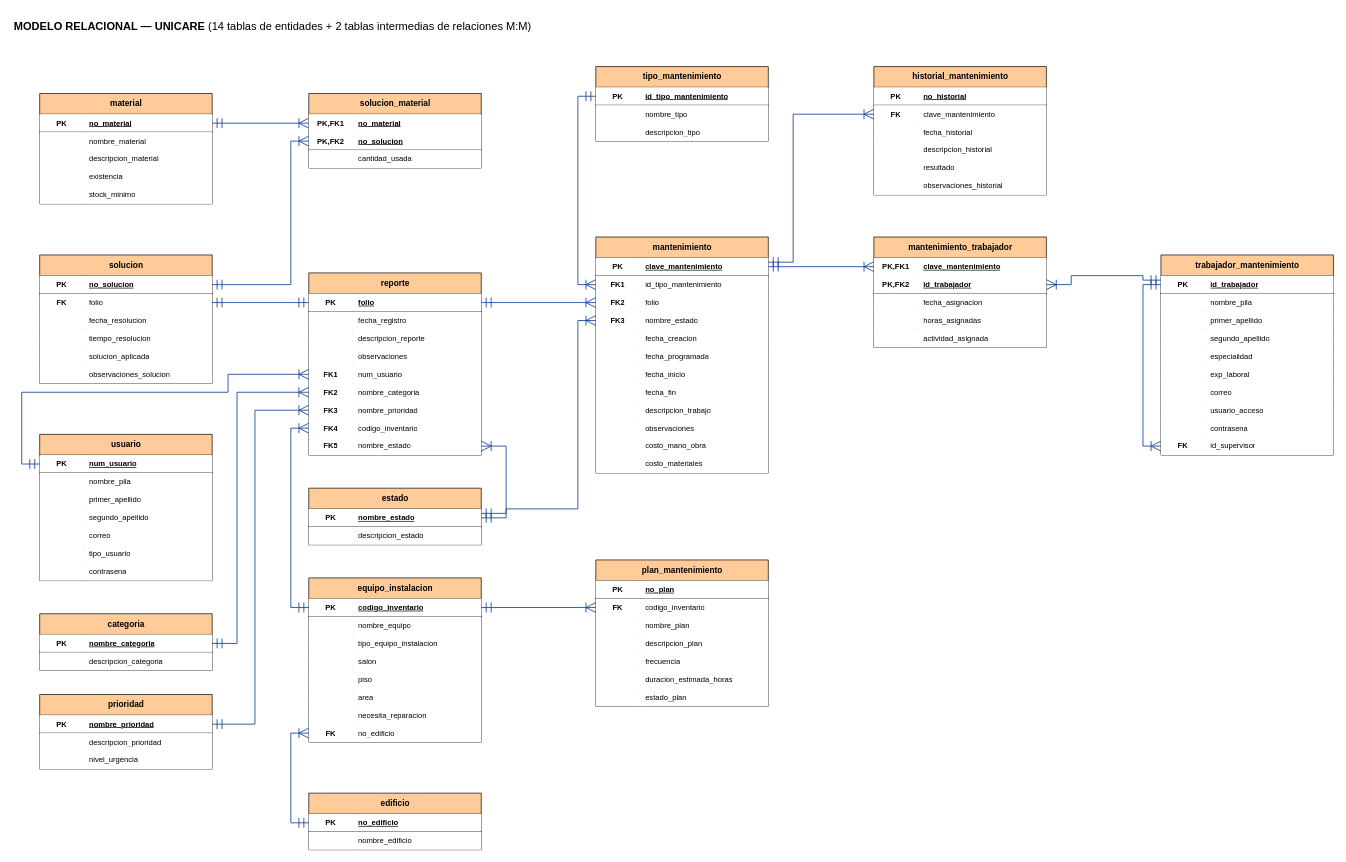
The draw.io diagram page "MR UniCare (16 tablas)" (2 of 2) of docs/UniCare_DER_MR_14_entidades.drawio in AntonioAzael/UNICARE, before the edit. Source tidied: cells renumbered, new cells numbered last; positions are measured from the earlier drawing's top-left corner, leaving out a move shared by most shapes. Both pictures are drawn from the tidied source at 69%, with x=0, y=0 at pixel (12, 12).
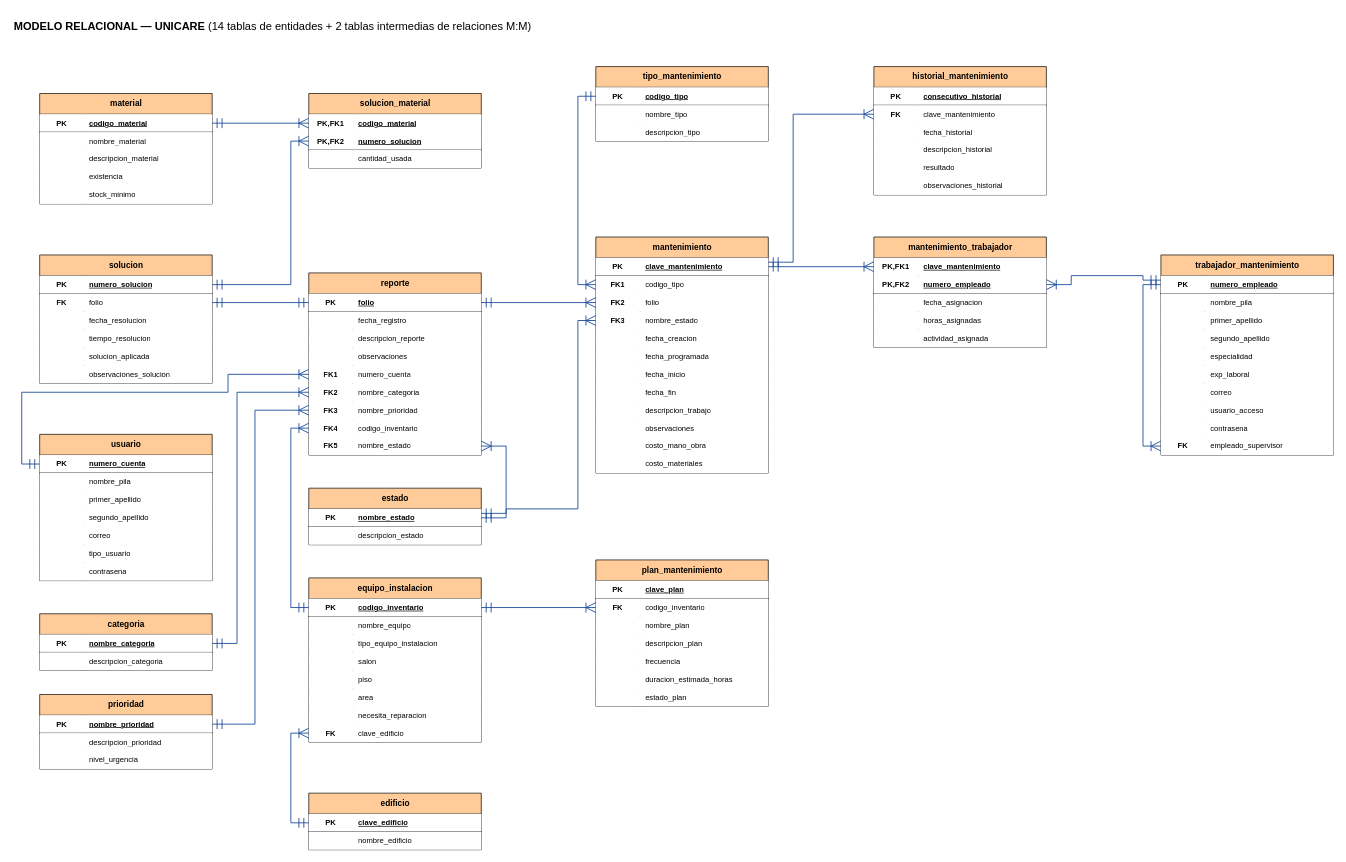
The same page after the edit.

Unchanged cells that the change refers to:
```xml
<mxCell id="4" style="shape=tableRow;horizontal=0;startSize=0;swimlaneHead=0;swimlaneBody=0;fillColor=#FFFFFF;points=[[0,0.5],[1,0.5]];portConstraint=eastwest;top=0;left=0;right=0;bottom=1;html=1;" parent="3" vertex="1">
  <mxGeometry y="30" width="250" height="26" as="geometry" />
</mxCell>
<mxCell id="20" style="shape=tableRow;horizontal=0;startSize=0;swimlaneHead=0;swimlaneBody=0;fillColor=#FFFFFF;points=[[0,0.5],[1,0.5]];portConstraint=eastwest;top=0;left=0;right=0;bottom=1;html=1;" parent="19" vertex="1">
  <mxGeometry y="30" width="250" height="26" as="geometry" />
</mxCell>
<mxCell id="39" style="shape=tableRow;horizontal=0;startSize=0;swimlaneHead=0;swimlaneBody=0;fillColor=#FFFFFF;points=[[0,0.5],[1,0.5]];portConstraint=eastwest;top=0;left=0;right=0;bottom=1;html=1;" parent="38" vertex="1">
  <mxGeometry y="30" width="250" height="26" as="geometry" />
</mxCell>
<mxCell id="78" style="shape=tableRow;horizontal=0;startSize=0;swimlaneHead=0;swimlaneBody=0;fillColor=#FFFFFF;points=[[0,0.5],[1,0.5]];portConstraint=eastwest;top=0;left=0;right=0;bottom=0;html=1;" parent="77" vertex="1">
  <mxGeometry y="30" width="250" height="26" as="geometry" />
</mxCell>
<mxCell id="81" style="shape=tableRow;horizontal=0;startSize=0;swimlaneHead=0;swimlaneBody=0;fillColor=#FFFFFF;points=[[0,0.5],[1,0.5]];portConstraint=eastwest;top=0;left=0;right=0;bottom=1;html=1;" parent="77" vertex="1">
  <mxGeometry y="56" width="250" height="26" as="geometry" />
</mxCell>
<mxCell id="100" style="shape=tableRow;horizontal=0;startSize=0;swimlaneHead=0;swimlaneBody=0;fillColor=#FFFFFF;points=[[0,0.5],[1,0.5]];portConstraint=eastwest;top=0;left=0;right=0;bottom=0;html=1;" parent="87" vertex="1">
  <mxGeometry y="134" width="250" height="26" as="geometry" />
</mxCell>
<mxCell id="144" style="shape=tableRow;horizontal=0;startSize=0;swimlaneHead=0;swimlaneBody=0;fillColor=#FFFFFF;points=[[0,0.5],[1,0.5]];portConstraint=eastwest;top=0;left=0;right=0;bottom=0;html=1;" parent="122" vertex="1">
  <mxGeometry y="212" width="250" height="26" as="geometry" />
</mxCell>
<mxCell id="148" style="shape=tableRow;horizontal=0;startSize=0;swimlaneHead=0;swimlaneBody=0;fillColor=#FFFFFF;points=[[0,0.5],[1,0.5]];portConstraint=eastwest;top=0;left=0;right=0;bottom=1;html=1;" parent="147" vertex="1">
  <mxGeometry y="30" width="250" height="26" as="geometry" />
</mxCell>
<mxCell id="155" style="shape=tableRow;horizontal=0;startSize=0;swimlaneHead=0;swimlaneBody=0;fillColor=#FFFFFF;points=[[0,0.5],[1,0.5]];portConstraint=eastwest;top=0;left=0;right=0;bottom=1;html=1;" parent="154" vertex="1">
  <mxGeometry y="30" width="250" height="26" as="geometry" />
</mxCell>
<mxCell id="168" style="shape=tableRow;horizontal=0;startSize=0;swimlaneHead=0;swimlaneBody=0;fillColor=#FFFFFF;points=[[0,0.5],[1,0.5]];portConstraint=eastwest;top=0;left=0;right=0;bottom=0;html=1;" parent="164" vertex="1">
  <mxGeometry y="56" width="250" height="26" as="geometry" />
</mxCell>
<mxCell id="202" style="shape=tableRow;horizontal=0;startSize=0;swimlaneHead=0;swimlaneBody=0;fillColor=#FFFFFF;top=0;left=0;right=0;bottom=1;html=1;" parent="201" vertex="1">
  <mxGeometry y="30" width="250" height="26" as="geometry" />
</mxCell>
<mxCell id="224" style="shape=tableRow;horizontal=0;startSize=0;swimlaneHead=0;swimlaneBody=0;fillColor=#FFFFFF;top=0;left=0;right=0;bottom=1;html=1;" parent="223" vertex="1">
  <mxGeometry y="30" width="250" height="26" as="geometry" />
</mxCell>
<mxCell id="246" style="shape=tableRow;horizontal=0;startSize=0;swimlaneHead=0;swimlaneBody=0;fillColor=#FFFFFF;points=[[0,0.5],[1,0.5]];portConstraint=eastwest;top=0;left=0;right=0;bottom=1;html=1;" parent="242" vertex="1">
  <mxGeometry y="56" width="250" height="26" as="geometry" />
</mxCell>
<mxCell id="259" style="shape=tableRow;horizontal=0;startSize=0;swimlaneHead=0;swimlaneBody=0;fillColor=#FFFFFF;points=[[0,0.5],[1,0.5]];portConstraint=eastwest;top=0;left=0;right=0;bottom=1;html=1;" parent="258" vertex="1">
  <mxGeometry y="30" width="250" height="26" as="geometry" />
</mxCell>
<mxCell id="286" style="shape=tableRow;horizontal=0;startSize=0;swimlaneHead=0;swimlaneBody=0;fillColor=#FFFFFF;points=[[0,0.5],[1,0.5]];portConstraint=eastwest;top=0;left=0;right=0;bottom=0;html=1;" parent="258" vertex="1">
  <mxGeometry y="264" width="250" height="26" as="geometry" />
</mxCell>
```

The edit, as a diff of the source:
```diff
@@
-    <mxCell id="6" value="no_material" style="shape=partialRectangle;fillColor=none;top=0;left=0;bottom=0;right=0;align=left;spacingLeft=6;fontStyle=5;overflow=hidden;html=1;fontSize=11;" parent="4" vertex="1">
+    <mxCell id="6" value="codigo_material" style="shape=partialRectangle;fillColor=none;top=0;left=0;bottom=0;right=0;align=left;spacingLeft=6;fontStyle=5;overflow=hidden;html=1;fontSize=11;" parent="4" vertex="1">
       <mxGeometry x="64" width="186" height="26" as="geometry" />
     </mxCell>
@@
-    <mxCell id="22" value="no_solucion" style="shape=partialRectangle;fillColor=none;top=0;left=0;bottom=0;right=0;align=left;spacingLeft=6;fontStyle=5;overflow=hidden;html=1;fontSize=11;" parent="20" vertex="1">
+    <mxCell id="22" value="numero_solucion" style="shape=partialRectangle;fillColor=none;top=0;left=0;bottom=0;right=0;align=left;spacingLeft=6;fontStyle=5;overflow=hidden;html=1;fontSize=11;" parent="20" vertex="1">
       <mxGeometry x="64" width="186" height="26" as="geometry" />
     </mxCell>
@@
-    <mxCell id="41" value="num_usuario" style="shape=partialRectangle;fillColor=none;top=0;left=0;bottom=0;right=0;align=left;spacingLeft=6;fontStyle=5;overflow=hidden;html=1;fontSize=11;" parent="39" vertex="1">
+    <mxCell id="41" value="numero_cuenta" style="shape=partialRectangle;fillColor=none;top=0;left=0;bottom=0;right=0;align=left;spacingLeft=6;fontStyle=5;overflow=hidden;html=1;fontSize=11;" parent="39" vertex="1">
       <mxGeometry x="64" width="186" height="26" as="geometry" />
     </mxCell>
@@
-    <mxCell id="80" value="no_material" style="shape=partialRectangle;fillColor=none;top=0;left=0;bottom=0;right=0;align=left;spacingLeft=6;fontStyle=5;overflow=hidden;html=1;fontSize=11;" parent="78" vertex="1">
+    <mxCell id="80" value="codigo_material" style="shape=partialRectangle;fillColor=none;top=0;left=0;bottom=0;right=0;align=left;spacingLeft=6;fontStyle=5;overflow=hidden;html=1;fontSize=11;" parent="78" vertex="1">
       <mxGeometry x="64" width="186" height="26" as="geometry" />
     </mxCell>
@@
-    <mxCell id="83" value="no_solucion" style="shape=partialRectangle;fillColor=none;top=0;left=0;bottom=0;right=0;align=left;spacingLeft=6;fontStyle=5;overflow=hidden;html=1;fontSize=11;" parent="81" vertex="1">
+    <mxCell id="83" value="numero_solucion" style="shape=partialRectangle;fillColor=none;top=0;left=0;bottom=0;right=0;align=left;spacingLeft=6;fontStyle=5;overflow=hidden;html=1;fontSize=11;" parent="81" vertex="1">
       <mxGeometry x="64" width="186" height="26" as="geometry" />
     </mxCell>
@@
-    <mxCell id="102" value="num_usuario" style="shape=partialRectangle;fillColor=none;top=0;left=0;bottom=0;right=0;align=left;spacingLeft=6;fontStyle=0;overflow=hidden;html=1;fontSize=11;" parent="100" vertex="1">
+    <mxCell id="102" value="numero_cuenta" style="shape=partialRectangle;fillColor=none;top=0;left=0;bottom=0;right=0;align=left;spacingLeft=6;fontStyle=0;overflow=hidden;html=1;fontSize=11;" parent="100" vertex="1">
       <mxGeometry x="64" width="186" height="26" as="geometry" />
     </mxCell>
@@
-    <mxCell id="146" value="no_edificio" style="shape=partialRectangle;fillColor=none;top=0;left=0;bottom=0;right=0;align=left;spacingLeft=6;fontStyle=0;overflow=hidden;html=1;fontSize=11;" parent="144" vertex="1">
+    <mxCell id="146" value="clave_edificio" style="shape=partialRectangle;fillColor=none;top=0;left=0;bottom=0;right=0;align=left;spacingLeft=6;fontStyle=0;overflow=hidden;html=1;fontSize=11;" parent="144" vertex="1">
       <mxGeometry x="64" width="186" height="26" as="geometry" />
     </mxCell>
@@
-    <mxCell id="150" value="no_edificio" style="shape=partialRectangle;fillColor=none;top=0;left=0;bottom=0;right=0;align=left;spacingLeft=6;fontStyle=5;overflow=hidden;html=1;fontSize=11;" parent="148" vertex="1">
+    <mxCell id="150" value="clave_edificio" style="shape=partialRectangle;fillColor=none;top=0;left=0;bottom=0;right=0;align=left;spacingLeft=6;fontStyle=5;overflow=hidden;html=1;fontSize=11;" parent="148" vertex="1">
       <mxGeometry x="64" width="186" height="26" as="geometry" />
     </mxCell>
@@
-    <mxCell id="157" value="id_tipo_mantenimiento" style="shape=partialRectangle;fillColor=none;top=0;left=0;bottom=0;right=0;align=left;spacingLeft=6;fontStyle=5;overflow=hidden;html=1;fontSize=11;" parent="155" vertex="1">
+    <mxCell id="157" value="codigo_tipo" style="shape=partialRectangle;fillColor=none;top=0;left=0;bottom=0;right=0;align=left;spacingLeft=6;fontStyle=5;overflow=hidden;html=1;fontSize=11;" parent="155" vertex="1">
       <mxGeometry x="64" width="186" height="26" as="geometry" />
     </mxCell>
@@
-    <mxCell id="170" value="id_tipo_mantenimiento" style="shape=partialRectangle;fillColor=none;top=0;left=0;bottom=0;right=0;align=left;spacingLeft=6;fontStyle=0;overflow=hidden;html=1;fontSize=11;" parent="168" vertex="1">
+    <mxCell id="170" value="codigo_tipo" style="shape=partialRectangle;fillColor=none;top=0;left=0;bottom=0;right=0;align=left;spacingLeft=6;fontStyle=0;overflow=hidden;html=1;fontSize=11;" parent="168" vertex="1">
       <mxGeometry x="64" width="186" height="26" as="geometry" />
     </mxCell>
@@
-    <mxCell id="204" value="no_plan" style="shape=partialRectangle;fillColor=none;top=0;left=0;bottom=0;right=0;align=left;spacingLeft=6;fontStyle=5;overflow=hidden;html=1;fontSize=11;" parent="202" vertex="1">
+    <mxCell id="204" value="clave_plan" style="shape=partialRectangle;fillColor=none;top=0;left=0;bottom=0;right=0;align=left;spacingLeft=6;fontStyle=5;overflow=hidden;html=1;fontSize=11;" parent="202" vertex="1">
       <mxGeometry x="64" width="186" height="26" as="geometry" />
     </mxCell>
@@
-    <mxCell id="226" value="no_historial" style="shape=partialRectangle;fillColor=none;top=0;left=0;bottom=0;right=0;align=left;spacingLeft=6;fontStyle=5;overflow=hidden;html=1;fontSize=11;" parent="224" vertex="1">
+    <mxCell id="226" value="consecutivo_historial" style="shape=partialRectangle;fillColor=none;top=0;left=0;bottom=0;right=0;align=left;spacingLeft=6;fontStyle=5;overflow=hidden;html=1;fontSize=11;" parent="224" vertex="1">
       <mxGeometry x="64" width="186" height="26" as="geometry" />
     </mxCell>
@@
-    <mxCell id="248" value="id_trabajador" style="shape=partialRectangle;fillColor=none;top=0;left=0;bottom=0;right=0;align=left;spacingLeft=6;fontStyle=5;overflow=hidden;html=1;fontSize=11;" parent="246" vertex="1">
+    <mxCell id="248" value="numero_empleado" style="shape=partialRectangle;fillColor=none;top=0;left=0;bottom=0;right=0;align=left;spacingLeft=6;fontStyle=5;overflow=hidden;html=1;fontSize=11;" parent="246" vertex="1">
       <mxGeometry x="64" width="186" height="26" as="geometry" />
     </mxCell>
@@
-    <mxCell id="261" value="id_trabajador" style="shape=partialRectangle;fillColor=none;top=0;left=0;bottom=0;right=0;align=left;spacingLeft=6;fontStyle=5;overflow=hidden;html=1;fontSize=11;" parent="259" vertex="1">
+    <mxCell id="261" value="numero_empleado" style="shape=partialRectangle;fillColor=none;top=0;left=0;bottom=0;right=0;align=left;spacingLeft=6;fontStyle=5;overflow=hidden;html=1;fontSize=11;" parent="259" vertex="1">
       <mxGeometry x="64" width="186" height="26" as="geometry" />
     </mxCell>
@@
-    <mxCell id="288" value="id_supervisor" style="shape=partialRectangle;fillColor=none;top=0;left=0;bottom=0;right=0;align=left;spacingLeft=6;fontStyle=0;overflow=hidden;html=1;fontSize=11;" parent="286" vertex="1">
+    <mxCell id="288" value="empleado_supervisor" style="shape=partialRectangle;fillColor=none;top=0;left=0;bottom=0;right=0;align=left;spacingLeft=6;fontStyle=0;overflow=hidden;html=1;fontSize=11;" parent="286" vertex="1">
       <mxGeometry x="64" width="186" height="26" as="geometry" />
     </mxCell>
```
